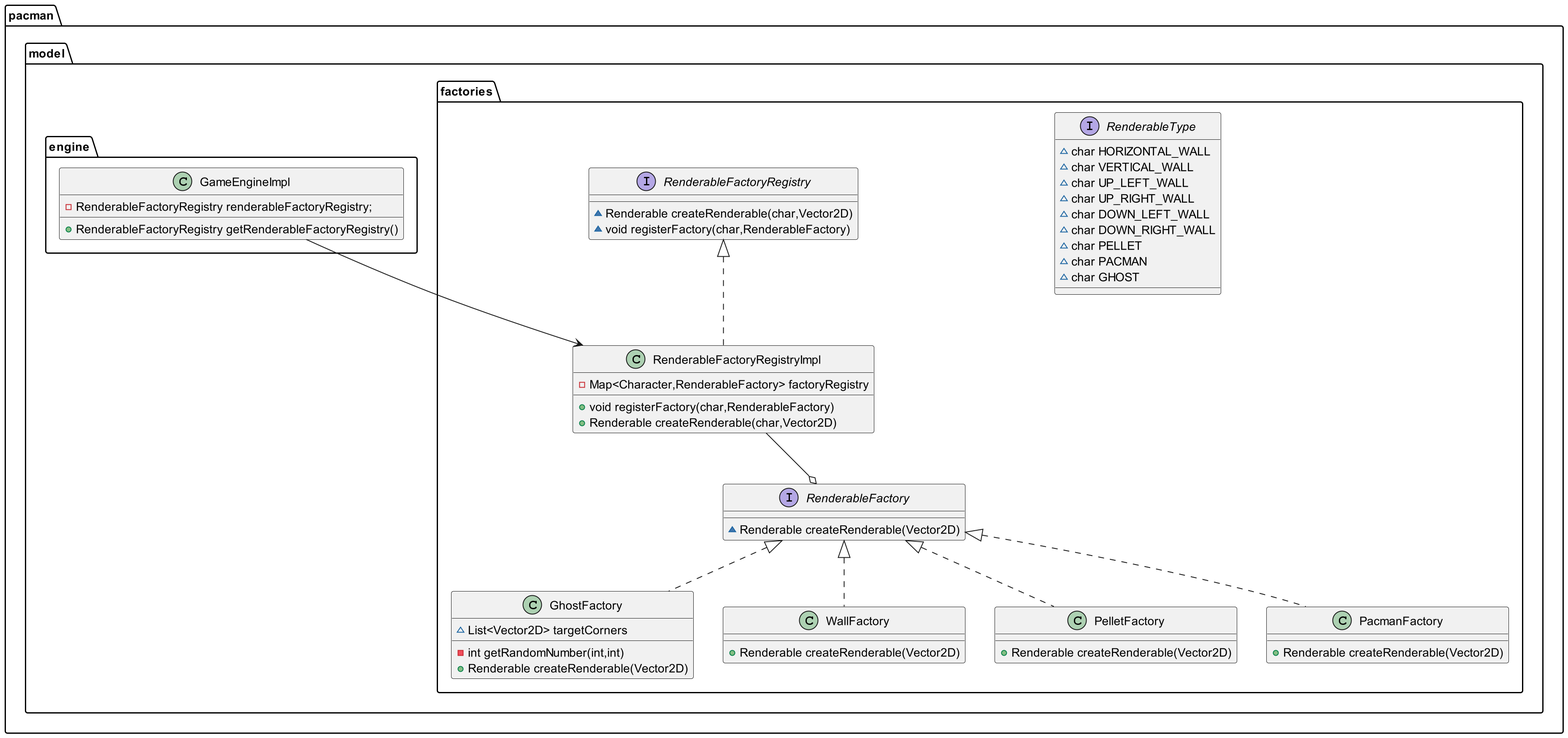
The PlantUML diagram factory.png in marknash666/vue-vehicle, before a commit.
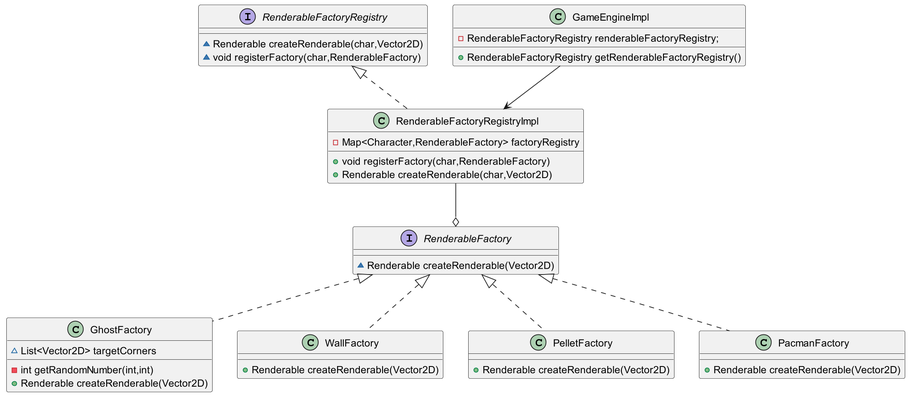
The same diagram one commit later.

The edit, as a diff of the source:
```diff
@@ -1,51 +1,41 @@
 @startuml
-interface pacman.model.factories.RenderableFactory {
+interface RenderableFactory {
 ~ Renderable createRenderable(Vector2D)
 }
-interface pacman.model.factories.RenderableType {
-~ char HORIZONTAL_WALL
-~ char VERTICAL_WALL
-~ char UP_LEFT_WALL
-~ char UP_RIGHT_WALL
-~ char DOWN_LEFT_WALL
-~ char DOWN_RIGHT_WALL
-~ char PELLET
-~ char PACMAN
-~ char GHOST
-}
-class pacman.model.factories.GhostFactory {
+
+class GhostFactory {
 ~ List<Vector2D> targetCorners
 - int getRandomNumber(int,int)
 + Renderable createRenderable(Vector2D)
 }
-class pacman.model.factories.RenderableFactoryRegistryImpl {
+class RenderableFactoryRegistryImpl {
 - Map<Character,RenderableFactory> factoryRegistry
 + void registerFactory(char,RenderableFactory)
 + Renderable createRenderable(char,Vector2D)
 }
-class pacman.model.factories.WallFactory {
+class WallFactory {
 + Renderable createRenderable(Vector2D)
 }
-interface pacman.model.factories.RenderableFactoryRegistry {
+interface RenderableFactoryRegistry {
 ~ Renderable createRenderable(char,Vector2D)
 ~ void registerFactory(char,RenderableFactory)
 }
-class pacman.model.factories.PelletFactory {
+class PelletFactory {
 + Renderable createRenderable(Vector2D)
 }
-class pacman.model.factories.PacmanFactory {
+class PacmanFactory {
 + Renderable createRenderable(Vector2D)
 }
-class pacman.model.engine.GameEngineImpl {
+class GameEngineImpl {
 - RenderableFactoryRegistry renderableFactoryRegistry;
 + RenderableFactoryRegistry getRenderableFactoryRegistry()
 }
 
-pacman.model.factories.RenderableFactory <|.. pacman.model.factories.GhostFactory
-pacman.model.factories.RenderableFactoryRegistry <|.. pacman.model.factories.RenderableFactoryRegistryImpl
-pacman.model.engine.GameEngineImpl --> pacman.model.factories.RenderableFactoryRegistryImpl
-pacman.model.factories.RenderableFactoryRegistryImpl --o pacman.model.factories.RenderableFactory
-pacman.model.factories.RenderableFactory <|.. pacman.model.factories.WallFactory
-pacman.model.factories.RenderableFactory <|.. pacman.model.factories.PelletFactory
-pacman.model.factories.RenderableFactory <|.. pacman.model.factories.PacmanFactory
+RenderableFactory <|.. GhostFactory
+RenderableFactoryRegistry <|.. RenderableFactoryRegistryImpl
+GameEngineImpl --> RenderableFactoryRegistryImpl
+RenderableFactoryRegistryImpl --o RenderableFactory
+RenderableFactory <|.. WallFactory
+RenderableFactory <|.. PelletFactory
+RenderableFactory <|.. PacmanFactory
 @enduml
```
